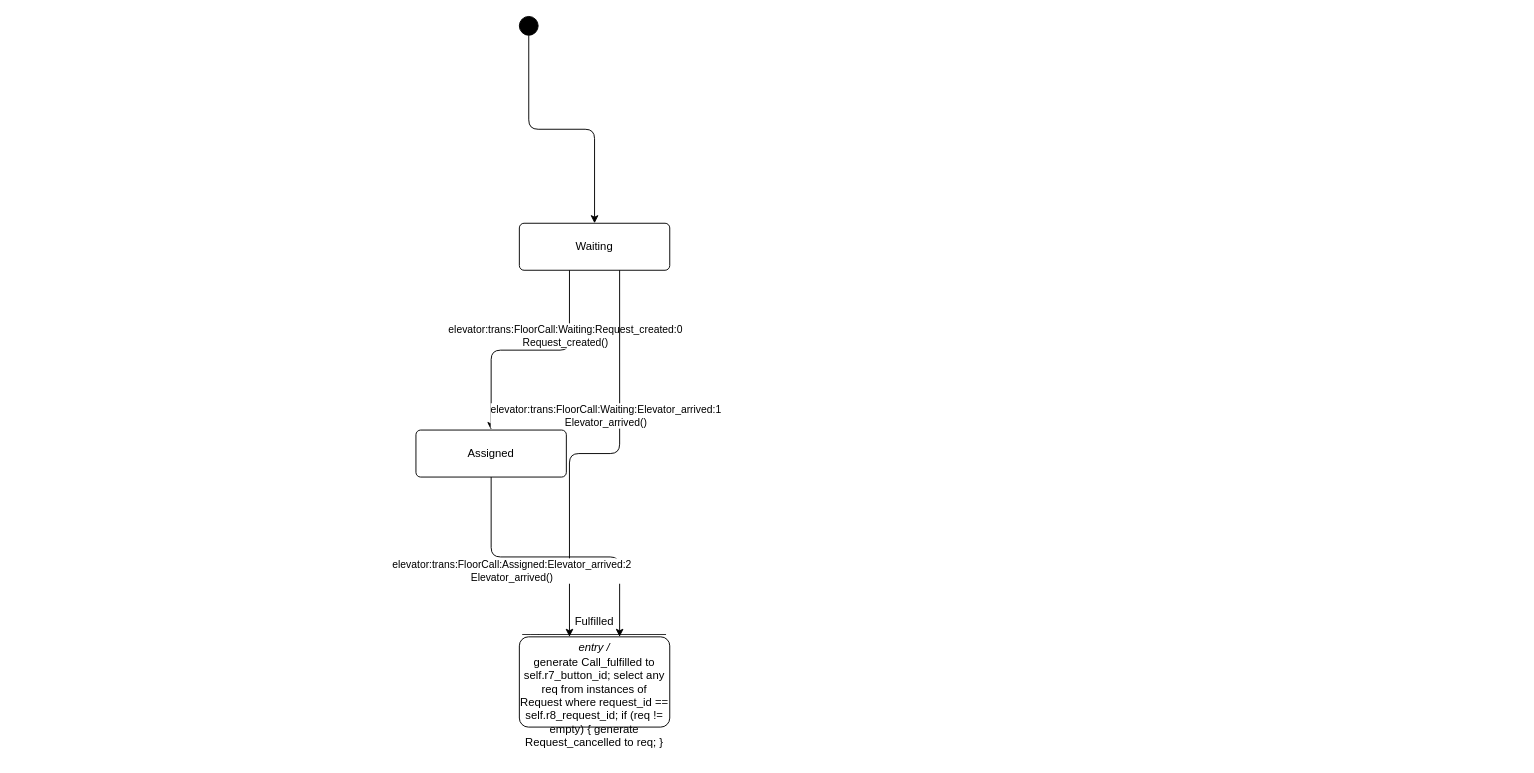
This is examples/elevator/.design/model/diagrams/Elevator-FloorCall.drawio from BChaloux-Cyn/MDF-Simulator, a draw.io file, before an edit. Source tidied: cells renumbered, new cells numbered last; positions are measured from the earlier drawing's top-left corner, leaving out a move shared by most shapes. Both pictures are drawn from the tidied source at 94%, with x=0, y=0 at pixel (415, 16).
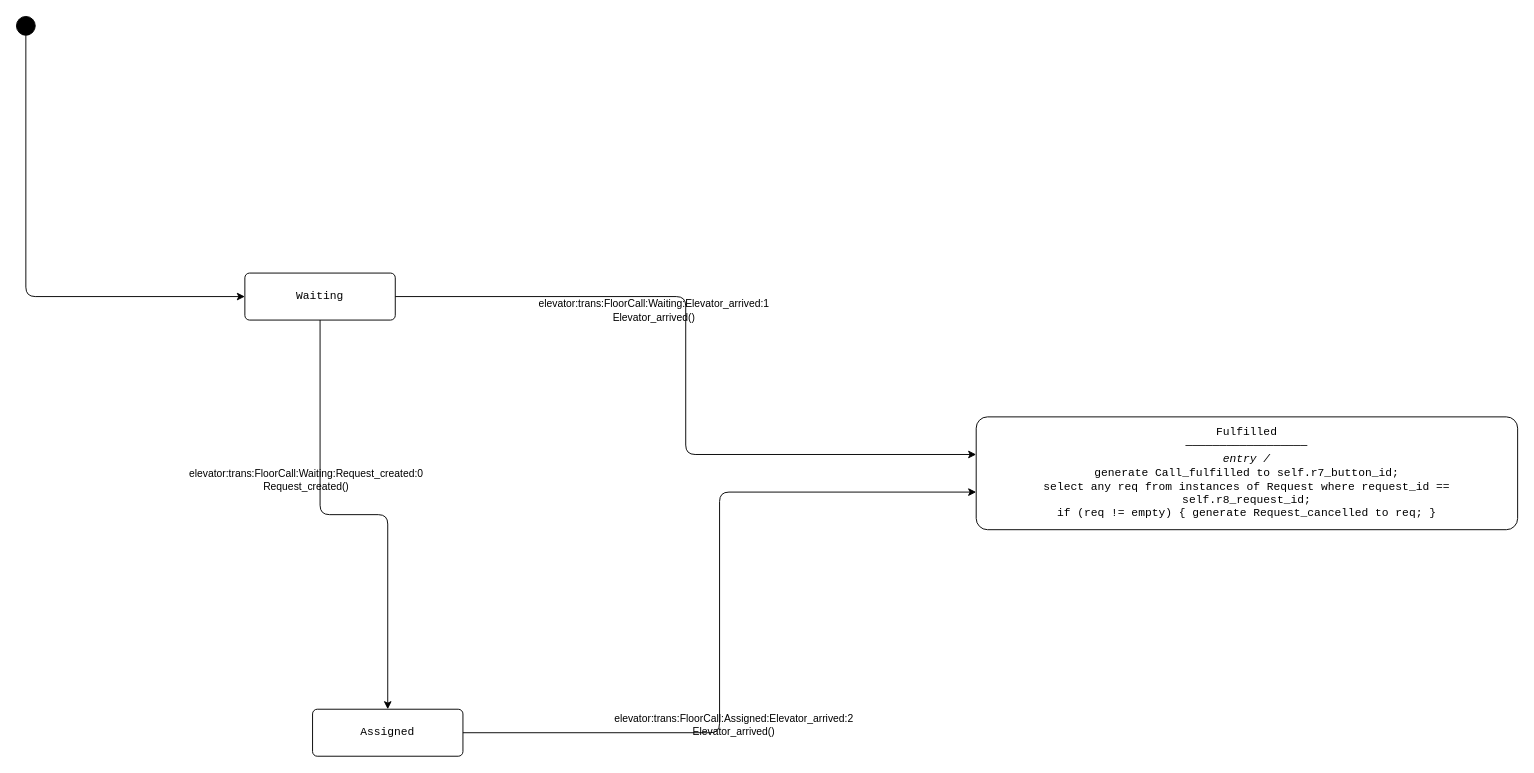
The same page after the edit.

Diff of the diagram source:
```diff
@@
-<mxGraphModel>
+<mxGraphModel background="#FFFFFF">
   <root>
     <mxCell id="0" />
     <mxCell id="1" parent="0" />
     <mxCell id="2" style="ellipse;whiteSpace=wrap;html=1;fillColor=#000000;strokeColor=#000000;" parent="1" vertex="1">
-      <mxGeometry x="110" width="20" height="20" as="geometry" />
+      <mxGeometry x="-425" width="20" height="20" as="geometry" />
     </mxCell>
-    <mxCell id="3" value="Waiting" style="rounded=1;whiteSpace=wrap;html=1;arcSize=10;" parent="1" vertex="1">
-      <mxGeometry x="110" y="220" width="160" height="50" as="geometry" />
+    <mxCell id="3" value="Waiting" style="rounded=1;whiteSpace=wrap;html=1;arcSize=10;fontFamily=Courier New;" parent="1" vertex="1">
+      <mxGeometry x="-182" y="273" width="160" height="50" as="geometry" />
     </mxCell>
-    <mxCell id="4" value="Assigned" style="rounded=1;whiteSpace=wrap;html=1;arcSize=10;" parent="1" vertex="1">
-      <mxGeometry y="440" width="160" height="50" as="geometry" />
+    <mxCell id="4" value="Assigned" style="rounded=1;whiteSpace=wrap;html=1;arcSize=10;fontFamily=Courier New;" parent="1" vertex="1">
+      <mxGeometry x="-110" y="737" width="160" height="50" as="geometry" />
     </mxCell>
-    <mxCell id="5" value="Fulfilled&lt;br&gt;──────────────────&lt;br&gt;&lt;i&gt;entry /&lt;/i&gt;&lt;br&gt;generate Call_fulfilled to self.r7_button_id; select any req from instances of Request where request_id == self.r8_request_id; if (req != empty) { generate Request_cancelled to req; }" style="rounded=1;whiteSpace=wrap;html=1;arcSize=10;" parent="1" vertex="1">
-      <mxGeometry x="110" y="660" width="160" height="96" as="geometry" />
+    <mxCell id="5" value="Fulfilled&lt;br&gt;──────────────────&lt;br&gt;&lt;i&gt;entry /&lt;/i&gt;&lt;br&gt;generate Call_fulfilled to self.r7_button_id;&lt;br&gt;select any req from instances of Request where request_id == self.r8_request_id;&lt;br&gt;if (req != empty) { generate Request_cancelled to req; }" style="rounded=1;whiteSpace=wrap;html=1;arcSize=10;fontFamily=Courier New;" parent="1" vertex="1">
+      <mxGeometry x="596" y="426" width="576" height="120" as="geometry" />
     </mxCell>
-    <mxCell id="6" style="edgeStyle=orthogonalEdgeStyle;html=1;exitX=0.5;exitY=1.0;exitDx=0;exitDy=0;entryX=0.5;entryY=0.0;entryDx=0;entryDy=0;" parent="1" edge="1" source="2" target="3">
+    <mxCell id="6" style="edgeStyle=orthogonalEdgeStyle;html=1;labelBackgroundColor=none;exitX=0.5;exitY=1.0;exitDx=0;exitDy=0;entryX=0.0;entryY=0.5;entryDx=0;entryDy=0;" parent="1" edge="1" source="2" target="3">
       <mxGeometry relative="1" as="geometry" />
     </mxCell>
-    <mxCell id="7" value="elevator:trans:FloorCall:Waiting:Request_created:0&lt;br&gt;Request_created()" style="edgeStyle=orthogonalEdgeStyle;html=1;exitX=0.3333;exitY=1.0;exitDx=0;exitDy=0;entryX=0.5;entryY=0.0;entryDx=0;entryDy=0;" parent="1" edge="1" source="3" target="4">
+    <mxCell id="7" value="elevator:trans:FloorCall:Waiting:Request_created:0&lt;br&gt;Request_created()" style="edgeStyle=orthogonalEdgeStyle;html=1;labelBackgroundColor=none;exitX=0.5;exitY=1.0;exitDx=0;exitDy=0;entryX=0.5;entryY=0.0;entryDx=0;entryDy=0;" parent="1" edge="1" source="3" target="4">
       <mxGeometry x="-0.3" y="-15" relative="1" as="geometry" />
     </mxCell>
-    <mxCell id="8" value="elevator:trans:FloorCall:Waiting:Elevator_arrived:1&lt;br&gt;Elevator_arrived()" style="edgeStyle=orthogonalEdgeStyle;html=1;exitX=0.6667;exitY=1.0;exitDx=0;exitDy=0;entryX=0.3333;entryY=0.0;entryDx=0;entryDy=0;" parent="1" edge="1" source="3" target="5">
+    <mxCell id="8" value="elevator:trans:FloorCall:Waiting:Elevator_arrived:1&lt;br&gt;Elevator_arrived()" style="edgeStyle=orthogonalEdgeStyle;html=1;labelBackgroundColor=none;exitX=1.0;exitY=0.5;exitDx=0;exitDy=0;entryX=0.0;entryY=0.3333;entryDx=0;entryDy=0;" parent="1" edge="1" source="3" target="5">
       <mxGeometry x="-0.3" y="-15" relative="1" as="geometry" />
     </mxCell>
-    <mxCell id="9" value="elevator:trans:FloorCall:Assigned:Elevator_arrived:2&lt;br&gt;Elevator_arrived()" style="edgeStyle=orthogonalEdgeStyle;html=1;exitX=0.5;exitY=1.0;exitDx=0;exitDy=0;entryX=0.6667;entryY=0.0;entryDx=0;entryDy=0;" parent="1" edge="1" source="4" target="5">
+    <mxCell id="9" value="elevator:trans:FloorCall:Assigned:Elevator_arrived:2&lt;br&gt;Elevator_arrived()" style="edgeStyle=orthogonalEdgeStyle;html=1;labelBackgroundColor=none;exitX=1.0;exitY=0.5;exitDx=0;exitDy=0;entryX=0.0;entryY=0.6667;entryDx=0;entryDy=0;" parent="1" edge="1" source="4" target="5">
       <mxGeometry x="-0.3" y="-15" relative="1" as="geometry" />
     </mxCell>
   </root>
 </mxGraphModel>
```
